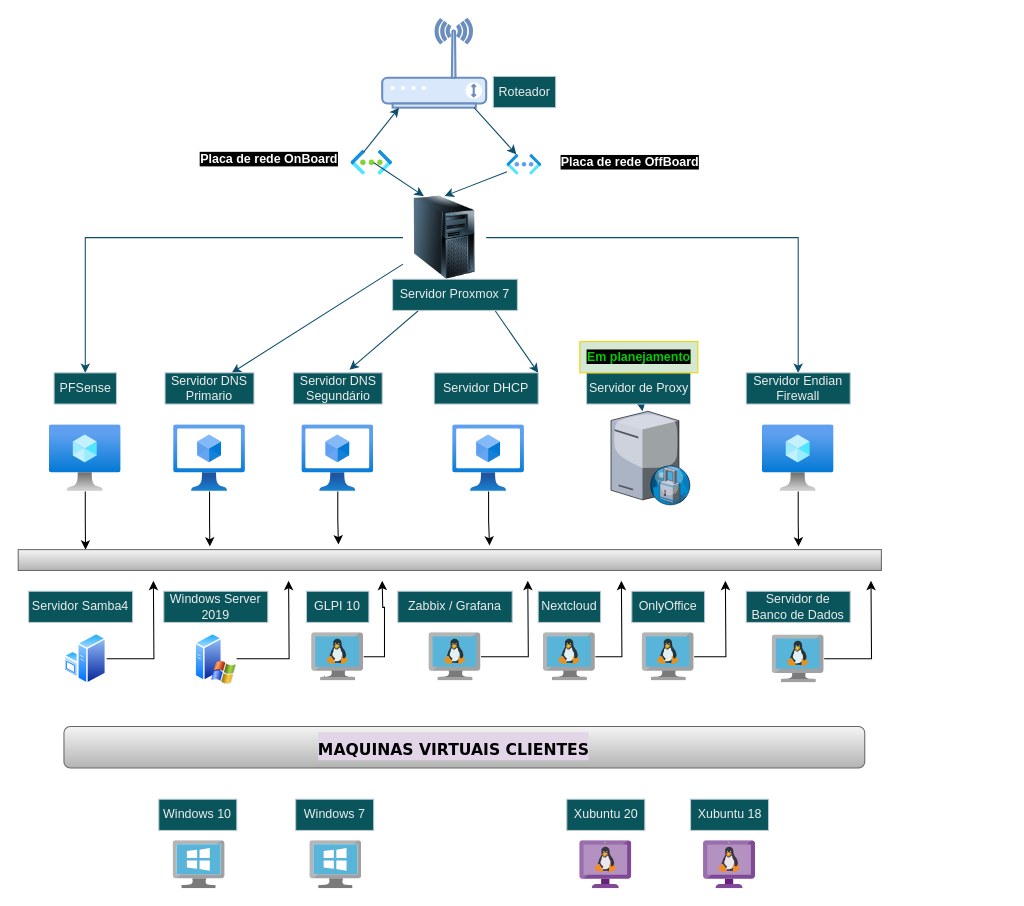
washigtonpa/SERVIDOR_LOCAL_PROXMOX keeps this draw.io diagram as Diagrama do sevidor local-proxmox7.drawio. Above is the earlier version. Source tidied: cells renumbered, new cells numbered last; positions are measured from the earlier drawing's top-left corner, leaving out a move shared by most shapes. Both pictures are drawn from the tidied source at 104%, with x=0, y=0 at pixel (18, 19).
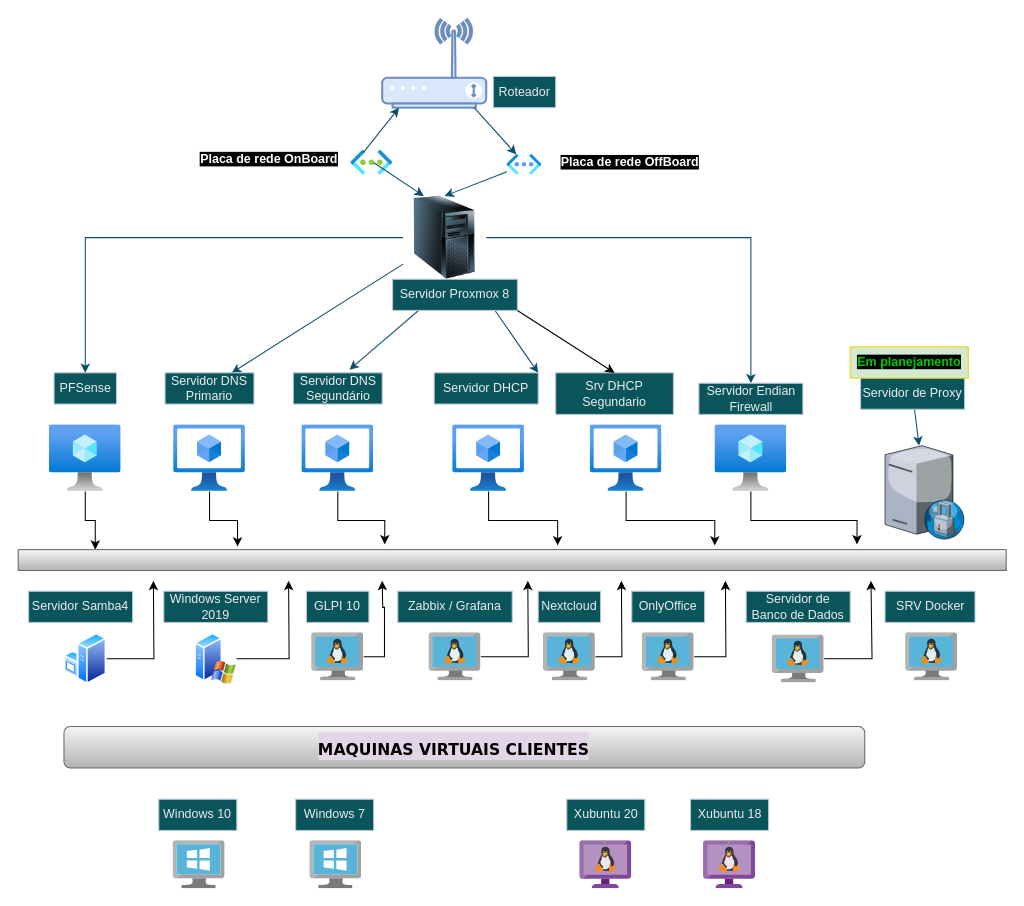
After the change.

The change refers to these unchanged cells:
```xml
<mxCell id="57" style="image;sketch=0;html=1;points=[];align=center;fontSize=12;image=img/lib/mscae/VM_Linux.svg;" parent="1" vertex="1">
  <mxGeometry x="725" y="592" width="50" height="46" as="geometry" />
</mxCell>
```

The edit, as a diff of the source:
```diff
@@
-    <mxCell id="16" value="Servidor Proxmox 7" style="text;align=center;html=1;verticalAlign=middle;whiteSpace=wrap;rounded=0;labelBackgroundColor=none;fillColor=#09555B;fontColor=#EEEEEE;strokeColor=#BAC8D3;" parent="1" vertex="1">
+    <mxCell id="16" value="Servidor Proxmox 8" style="text;align=center;html=1;verticalAlign=middle;whiteSpace=wrap;rounded=0;labelBackgroundColor=none;fillColor=#09555B;fontColor=#EEEEEE;strokeColor=#BAC8D3;" parent="1" vertex="1">
       <mxGeometry x="360" y="250" width="120" height="30" as="geometry" />
     </mxCell>
@@
-    <mxCell id="29" style="edgeStyle=orthogonalEdgeStyle;rounded=0;jettySize=auto;html=1;entryX=0.904;entryY=-0.15;entryDx=0;entryDy=0;entryPerimeter=0;" parent="1" edge="1" source="30" target="37">
-      <mxGeometry relative="1" as="geometry" />
-    </mxCell>
     <mxCell id="30" style="image;html=1;points=[];align=center;fontSize=12;image=img/lib/azure2/compute/Virtual_Machine.svg;strokeColor=#BAC8D3;fontColor=#EEEEEE;fillColor=#09555B;" parent="1" vertex="1">
-      <mxGeometry x="715.5" y="390" width="69" height="64" as="geometry" />
+      <mxGeometry x="670" y="390" width="69" height="64" as="geometry" />
     </mxCell>
     <mxCell id="31" value="Servidor Endian Firewall" style="text;align=center;html=1;verticalAlign=middle;whiteSpace=wrap;rounded=0;labelBackgroundColor=none;fillColor=#09555B;fontColor=#EEEEEE;strokeColor=#BAC8D3;" parent="1" vertex="1">
-      <mxGeometry x="700" y="340" width="100" height="30" as="geometry" />
+      <mxGeometry x="654.5" y="350" width="100" height="30" as="geometry" />
     </mxCell>
@@
     <mxCell id="34" style="verticalLabelPosition=bottom;sketch=0;html=1;verticalAlign=top;strokeColor=none;align=center;outlineConnect=0;shape=mxgraph.citrix.proxy_server;fontColor=#EEEEEE;fillColor=#09555B;" parent="1" vertex="1">
-      <mxGeometry x="570" y="377" width="76.5" height="90" as="geometry" />
+      <mxGeometry x="833.5" y="410" width="76.5" height="90" as="geometry" />
     </mxCell>
@@
     <mxCell id="36" value="Servidor de Proxy" style="text;align=center;html=1;verticalAlign=middle;whiteSpace=wrap;rounded=0;labelBackgroundColor=none;fillColor=#09555B;fontColor=#EEEEEE;strokeColor=#BAC8D3;" parent="1" vertex="1">
-      <mxGeometry x="546.5" y="340" width="100" height="30" as="geometry" />
+      <mxGeometry x="810" y="345" width="100" height="30" as="geometry" />
     </mxCell>
     <mxCell id="37" style="rounded=0;whiteSpace=wrap;html=1;fillColor=#f5f5f5;strokeColor=#666666;gradientColor=#b3b3b3;" parent="1" vertex="1">
-      <mxGeometry y="510" width="830" height="20" as="geometry" />
+      <mxGeometry y="510" width="950" height="20" as="geometry" />
     </mxCell>
@@
     <mxCell id="56" style="edgeStyle=orthogonalEdgeStyle;rounded=0;jettySize=auto;html=1;" parent="1" edge="1" source="57">
       <mxGeometry relative="1" as="geometry">
         <mxPoint x="820" y="540" as="targetPoint" />
+        <Array as="points">
+          <mxPoint x="821" y="615" />
+        </Array>
       </mxGeometry>
     </mxCell>
@@
     <mxCell id="69" value="&lt;font color=&quot;#00cc00&quot; style=&quot;background-color: rgb(0, 0, 0);&quot;&gt;Em planejamento&lt;/font&gt;" style="text;align=center;html=1;verticalAlign=middle;whiteSpace=wrap;rounded=0;fontStyle=1;fillColor=#d5e8d4;strokeColor=#edd400;" parent="1" vertex="1">
-      <mxGeometry x="540" y="310" width="113.5" height="30" as="geometry" />
+      <mxGeometry x="800" y="315" width="113.5" height="30" as="geometry" />
     </mxCell>
+    <mxCell id="70" style="image;html=1;points=[];align=center;fontSize=12;image=img/lib/azure2/compute/Virtual_Machines_Classic.svg;strokeColor=#BAC8D3;fontColor=#EEEEEE;fillColor=#09555B;" parent="1" vertex="1">
+      <mxGeometry x="550" y="390" width="69" height="64" as="geometry" />
+    </mxCell>
+    <mxCell id="71" value="Srv DHCP Segundario" style="text;align=center;html=1;verticalAlign=middle;whiteSpace=wrap;rounded=0;labelBackgroundColor=none;fillColor=#09555B;fontColor=#EEEEEE;strokeColor=#BAC8D3;" parent="1" vertex="1">
+      <mxGeometry x="516.8" y="340" width="113.2" height="40" as="geometry" />
+    </mxCell>
+    <mxCell id="72" style="edgeStyle=orthogonalEdgeStyle;rounded=0;jettySize=auto;html=1;entryX=0.705;entryY=-0.2;entryDx=0;entryDy=0;entryPerimeter=0;" parent="1" edge="1" source="70" target="37">
+      <mxGeometry relative="1" as="geometry" />
+    </mxCell>
+    <mxCell id="73" style="endArrow=classic;html=1;rounded=0;entryX=0.5;entryY=0;entryDx=0;entryDy=0;exitX=1;exitY=1;exitDx=0;exitDy=0;" parent="1" edge="1" source="16" target="71">
+      <mxGeometry relative="1" as="geometry" />
+    </mxCell>
+    <mxCell id="29" style="edgeStyle=orthogonalEdgeStyle;rounded=0;jettySize=auto;html=1;entryX=0.849;entryY=-0.25;entryDx=0;entryDy=0;entryPerimeter=0;" parent="1" edge="1" source="30" target="37">
+      <mxGeometry relative="1" as="geometry" />
+    </mxCell>
+    <mxCell id="74" style="group;" parent="1" vertex="1">
+      <mxGeometry x="833.5" y="550" width="86.5" height="86" as="geometry" />
+    </mxCell>
+    <mxCell id="75" style="image;sketch=0;html=1;align=center;fontSize=12;image=img/lib/mscae/VM_Linux.svg;" parent="74" vertex="1">
+      <mxGeometry x="19.8" y="40" width="50" height="46" as="geometry" />
+    </mxCell>
+    <mxCell id="76" value="SRV Docker" style="text;align=center;html=1;verticalAlign=middle;whiteSpace=wrap;rounded=0;labelBackgroundColor=none;fillColor=#09555B;fontColor=#EEEEEE;strokeColor=#BAC8D3;" parent="74" vertex="1">
+      <mxGeometry width="86.5" height="30" as="geometry" />
+    </mxCell>
```
